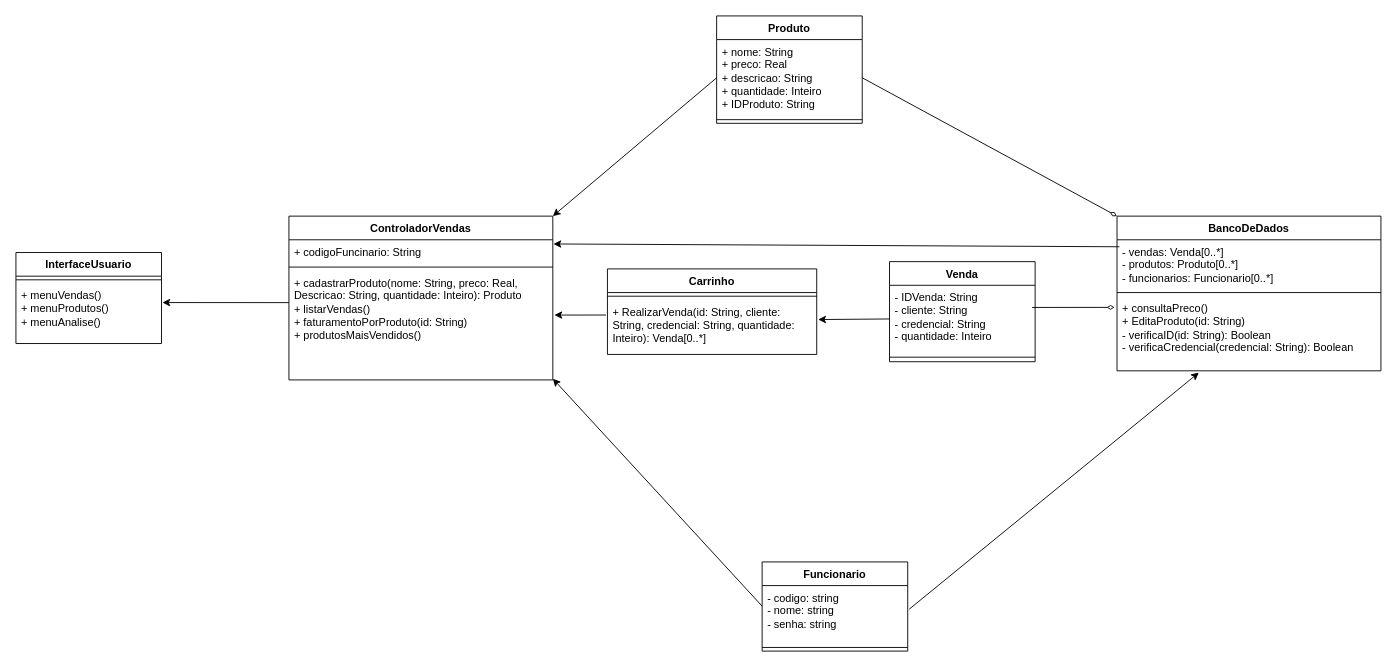
This is page "Página-1" (1 of 2) of Diagrama de Classe/diagrama de classes.drawio from AndreyRodr/Software-engineering-project, a draw.io file, before an edit. Source tidied: cells renumbered, new cells numbered last; positions are measured from the earlier drawing's top-left corner, leaving out a move shared by most shapes. Both pictures are drawn from the tidied source at 91%, with x=0, y=0 at pixel (15, 15).
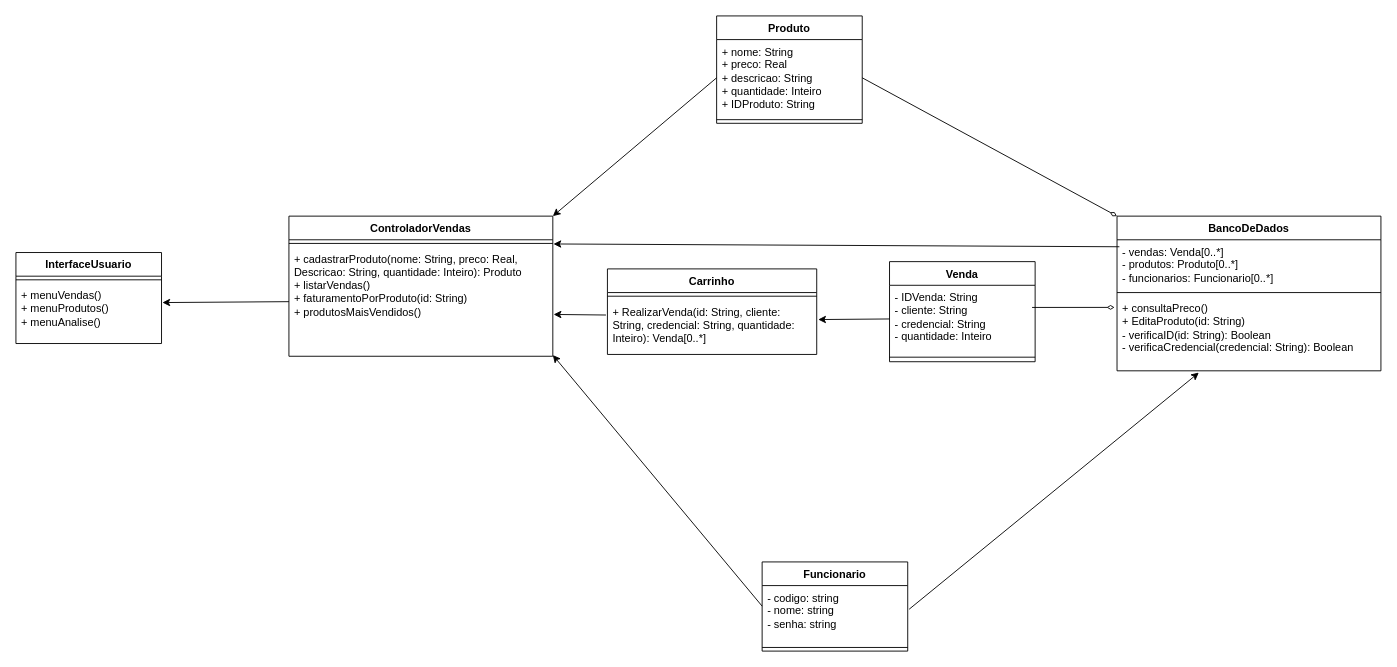
The same diagram, later.

Unchanged cells that the change refers to:
```xml
<mxCell id="4" value="&lt;div&gt;+ menuVendas()&lt;/div&gt;&lt;div&gt;+ menuProdutos()&lt;/div&gt;&lt;div&gt;+ menuAnalise()&lt;/div&gt;" style="text;strokeColor=none;fillColor=none;align=left;verticalAlign=top;spacingLeft=4;spacingRight=4;overflow=hidden;points=[[0,0.5],[1,0.5]];portConstraint=eastwest;whiteSpace=wrap;html=1;" parent="2" vertex="1">
  <mxGeometry y="34" width="160" height="66" as="geometry" />
</mxCell>
<mxCell id="15" value="&lt;div&gt;+ RealizarVenda(id: String, cliente: String, credencial: String, quantidade: Inteiro&lt;span style=&quot;background-color: initial;&quot;&gt;):&amp;nbsp;&lt;/span&gt;&lt;span style=&quot;background-color: initial;&quot;&gt;Venda[0..*]&lt;/span&gt;&lt;/div&gt;&lt;div&gt;&lt;span style=&quot;background-color: initial;&quot;&gt;&lt;br&gt;&lt;/span&gt;&lt;/div&gt;" style="text;strokeColor=none;fillColor=none;align=left;verticalAlign=top;spacingLeft=4;spacingRight=4;overflow=hidden;points=[[0,0.5],[1,0.5]];portConstraint=eastwest;whiteSpace=wrap;html=1;" parent="13" vertex="1">
  <mxGeometry y="34" width="230" height="60" as="geometry" />
</mxCell>
```

The edit, as a diff of the source:
```diff
@@
     <mxCell id="5" value="ControladorVendas" style="swimlane;fontStyle=1;align=center;verticalAlign=top;horizontal=1;startSize=26;whiteSpace=wrap;html=1;" parent="1" vertex="1">
-      <mxGeometry x="300" y="220" width="290" height="180" as="geometry" />
+      <mxGeometry x="300" y="220" width="290" height="154" as="geometry" />
     </mxCell>
-    <mxCell id="6" value="+ codigoFuncinario: String" style="text;strokeColor=none;fillColor=none;align=left;verticalAlign=top;spacingLeft=4;spacingRight=4;overflow=hidden;whiteSpace=wrap;html=1;" parent="5" vertex="1">
-      <mxGeometry y="26" width="290" height="26" as="geometry" />
-    </mxCell>
     <mxCell id="7" style="line;strokeWidth=1;fillColor=none;align=left;verticalAlign=middle;spacingTop=-1;spacingLeft=3;spacingRight=3;labelPosition=right;strokeColor=inherit;" parent="5" vertex="1">
-      <mxGeometry y="52" width="290" height="8" as="geometry" />
+      <mxGeometry y="26" width="290" height="8" as="geometry" />
     </mxCell>
     <mxCell id="8" value="+ cadastrarProduto(nome: String, preco: Real, Descricao: String, quantidade: Inteiro): Produto&lt;div&gt;&lt;span style=&quot;background-color: initial;&quot;&gt;+ listarVendas()&lt;/span&gt;&lt;br&gt;&lt;/div&gt;&lt;div&gt;&lt;span style=&quot;background-color: initial;&quot;&gt;+ faturamentoPorProduto(id: String)&lt;/span&gt;&lt;/div&gt;&lt;div&gt;&lt;span style=&quot;background-color: initial;&quot;&gt;+ produtosMaisVendidos()&lt;/span&gt;&lt;/div&gt;" style="text;strokeColor=none;fillColor=none;align=left;verticalAlign=top;spacingLeft=4;spacingRight=4;overflow=hidden;points=[[0,0.5],[1,0.5]];portConstraint=eastwest;whiteSpace=wrap;html=1;" parent="5" vertex="1">
-      <mxGeometry y="60" width="290" height="120" as="geometry" />
+      <mxGeometry y="34" width="290" height="120" as="geometry" />
     </mxCell>
-    <mxCell id="9" style="endArrow=none;html=1;rounded=0;exitX=1.006;exitY=0.318;exitDx=0;exitDy=0;exitPerimeter=0;endFill=0;entryX=0;entryY=0.292;entryDx=0;entryDy=0;entryPerimeter=0;startArrow=classic;startFill=1;" parent="1" edge="1" source="4" target="8">
+    <mxCell id="9" style="endArrow=none;html=1;rounded=0;exitX=1.006;exitY=0.318;exitDx=0;exitDy=0;exitPerimeter=0;endFill=0;entryX=0;entryY=0.5;entryDx=0;entryDy=0;startArrow=classic;startFill=1;" parent="1" edge="1" source="4" target="8">
       <mxGeometry relative="1" as="geometry" />
     </mxCell>
@@
-    <mxCell id="31" style="endArrow=classic;html=1;rounded=0;entryX=1.006;entryY=0.406;entryDx=0;entryDy=0;entryPerimeter=0;exitX=-0.007;exitY=0.278;exitDx=0;exitDy=0;exitPerimeter=0;" parent="1" edge="1" source="15" target="8">
+    <mxCell id="31" style="endArrow=classic;html=1;rounded=0;entryX=1.003;entryY=0.617;entryDx=0;entryDy=0;entryPerimeter=0;exitX=-0.007;exitY=0.278;exitDx=0;exitDy=0;exitPerimeter=0;" parent="1" edge="1" source="15" target="8">
       <mxGeometry relative="1" as="geometry" />
     </mxCell>
```
